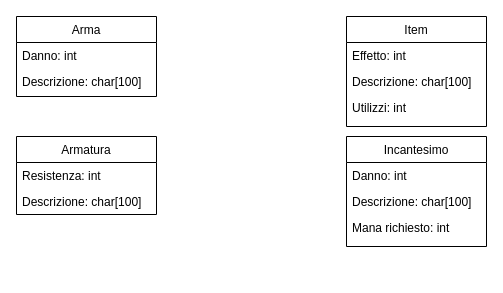
Earlier version of the draw.io diagram page "Composizione items" (2 of 4) of TNAGDR_PG_Meccaniche.drawio (ForeverExe/TotallyNotAGDR). Source tidied: cells renumbered, new cells numbered last; positions are measured from the earlier drawing's top-left corner, leaving out a move shared by most shapes. Both pictures are drawn from the tidied source at 100%, with x=0, y=0 at pixel (16, 16).
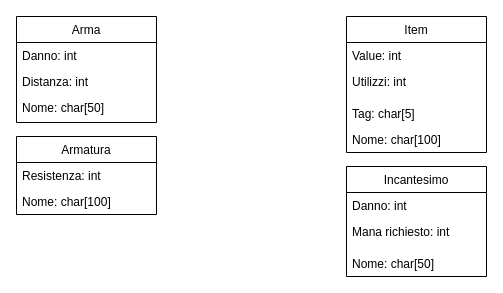
Above is the later version.

Diff of the diagram source:
```diff
@@
 <mxGraphModel>
   <root>
     <mxCell id="0" />
     <mxCell id="1" parent="0" />
     <mxCell id="2" value="Arma" style="swimlane;fontStyle=0;horizontal=1;startSize=26;fillColor=none;" parent="1" vertex="1">
-      <mxGeometry width="140" height="80" as="geometry" />
+      <mxGeometry width="140" height="106" as="geometry" />
     </mxCell>
     <mxCell id="3" value="Danno: int" style="text;strokeColor=none;fillColor=none;align=left;verticalAlign=top;spacingLeft=4;spacingRight=4;overflow=hidden;" parent="2" vertex="1">
       <mxGeometry y="26" width="140" height="26" as="geometry" />
     </mxCell>
+    <mxCell id="16" value="Distanza: int" style="text;strokeColor=none;fillColor=none;align=left;verticalAlign=top;spacingLeft=4;spacingRight=4;overflow=hidden;" parent="2" vertex="1">
+      <mxGeometry y="52" width="140" height="26" as="geometry" />
+    </mxCell>
-    <mxCell id="4" value="Descrizione: char[100]" style="text;strokeColor=none;fillColor=none;align=left;verticalAlign=top;spacingLeft=4;spacingRight=4;overflow=hidden;" parent="2" vertex="1">
-      <mxGeometry y="52" width="140" height="28" as="geometry" />
+    <mxCell id="4" value="Nome: char[50]" style="text;strokeColor=none;fillColor=none;align=left;verticalAlign=top;spacingLeft=4;spacingRight=4;overflow=hidden;" parent="2" vertex="1">
+      <mxGeometry y="78" width="140" height="28" as="geometry" />
     </mxCell>
     <mxCell id="5" value="Incantesimo" style="swimlane;fontStyle=0;horizontal=1;startSize=26;fillColor=none;" parent="1" vertex="1">
-      <mxGeometry x="330" y="120" width="140" height="110" as="geometry" />
+      <mxGeometry x="330" y="150" width="140" height="110" as="geometry" />
     </mxCell>
     <mxCell id="6" value="Danno: int" style="text;strokeColor=none;fillColor=none;align=left;verticalAlign=top;spacingLeft=4;spacingRight=4;overflow=hidden;" parent="5" vertex="1">
       <mxGeometry y="26" width="140" height="26" as="geometry" />
     </mxCell>
+    <mxCell id="8" value="Mana richiesto: int" style="text;strokeColor=none;fillColor=none;align=left;verticalAlign=top;spacingLeft=4;spacingRight=4;overflow=hidden;" parent="5" vertex="1">
+      <mxGeometry y="52" width="140" height="32" as="geometry" />
+    </mxCell>
-    <mxCell id="7" value="Descrizione: char[100]" style="text;strokeColor=none;fillColor=none;align=left;verticalAlign=top;spacingLeft=4;spacingRight=4;overflow=hidden;" parent="5" vertex="1">
-      <mxGeometry y="52" width="140" height="26" as="geometry" />
+    <mxCell id="7" value="Nome: char[50]" style="text;strokeColor=none;fillColor=none;align=left;verticalAlign=top;spacingLeft=4;spacingRight=4;overflow=hidden;" parent="5" vertex="1">
+      <mxGeometry y="84" width="140" height="26" as="geometry" />
     </mxCell>
-    <mxCell id="8" value="Mana richiesto: int" style="text;strokeColor=none;fillColor=none;align=left;verticalAlign=top;spacingLeft=4;spacingRight=4;overflow=hidden;" parent="5" vertex="1">
-      <mxGeometry y="78" width="140" height="32" as="geometry" />
-    </mxCell>
     <mxCell id="9" value="Item" style="swimlane;fontStyle=0;horizontal=1;startSize=26;fillColor=none;" parent="1" vertex="1">
-      <mxGeometry x="330" width="140" height="110" as="geometry" />
+      <mxGeometry x="330" width="140" height="136" as="geometry" />
     </mxCell>
-    <mxCell id="10" value="Effetto: int" style="text;strokeColor=none;fillColor=none;align=left;verticalAlign=top;spacingLeft=4;spacingRight=4;overflow=hidden;" parent="9" vertex="1">
+    <mxCell id="10" value="Value: int" style="text;strokeColor=none;fillColor=none;align=left;verticalAlign=top;spacingLeft=4;spacingRight=4;overflow=hidden;" parent="9" vertex="1">
       <mxGeometry y="26" width="140" height="26" as="geometry" />
     </mxCell>
+    <mxCell id="12" value="Utilizzi: int" style="text;strokeColor=none;fillColor=none;align=left;verticalAlign=top;spacingLeft=4;spacingRight=4;overflow=hidden;" parent="9" vertex="1">
+      <mxGeometry y="52" width="140" height="32" as="geometry" />
+    </mxCell>
+    <mxCell id="17" value="Tag: char[5]" style="text;strokeColor=none;fillColor=none;align=left;verticalAlign=top;spacingLeft=4;spacingRight=4;overflow=hidden;" parent="9" vertex="1">
+      <mxGeometry y="84" width="140" height="26" as="geometry" />
+    </mxCell>
-    <mxCell id="11" value="Descrizione: char[100]" style="text;strokeColor=none;fillColor=none;align=left;verticalAlign=top;spacingLeft=4;spacingRight=4;overflow=hidden;" parent="9" vertex="1">
-      <mxGeometry y="52" width="140" height="26" as="geometry" />
+    <mxCell id="11" value="Nome: char[100]" style="text;strokeColor=none;fillColor=none;align=left;verticalAlign=top;spacingLeft=4;spacingRight=4;overflow=hidden;" parent="9" vertex="1">
+      <mxGeometry y="110" width="140" height="26" as="geometry" />
     </mxCell>
-    <mxCell id="12" value="Utilizzi: int" style="text;strokeColor=none;fillColor=none;align=left;verticalAlign=top;spacingLeft=4;spacingRight=4;overflow=hidden;" parent="9" vertex="1">
-      <mxGeometry y="78" width="140" height="32" as="geometry" />
-    </mxCell>
     <mxCell id="13" value="Armatura" style="swimlane;fontStyle=0;horizontal=1;startSize=26;fillColor=none;" parent="1" vertex="1">
       <mxGeometry y="120" width="140" height="78" as="geometry" />
     </mxCell>
     <mxCell id="14" value="Resistenza: int" style="text;strokeColor=none;fillColor=none;align=left;verticalAlign=top;spacingLeft=4;spacingRight=4;overflow=hidden;" parent="13" vertex="1">
       <mxGeometry y="26" width="140" height="26" as="geometry" />
     </mxCell>
-    <mxCell id="15" value="Descrizione: char[100]" style="text;strokeColor=none;fillColor=none;align=left;verticalAlign=top;spacingLeft=4;spacingRight=4;overflow=hidden;" parent="13" vertex="1">
+    <mxCell id="15" value="Nome: char[100]" style="text;strokeColor=none;fillColor=none;align=left;verticalAlign=top;spacingLeft=4;spacingRight=4;overflow=hidden;" parent="13" vertex="1">
       <mxGeometry y="52" width="140" height="26" as="geometry" />
     </mxCell>
   </root>
 </mxGraphModel>
```
